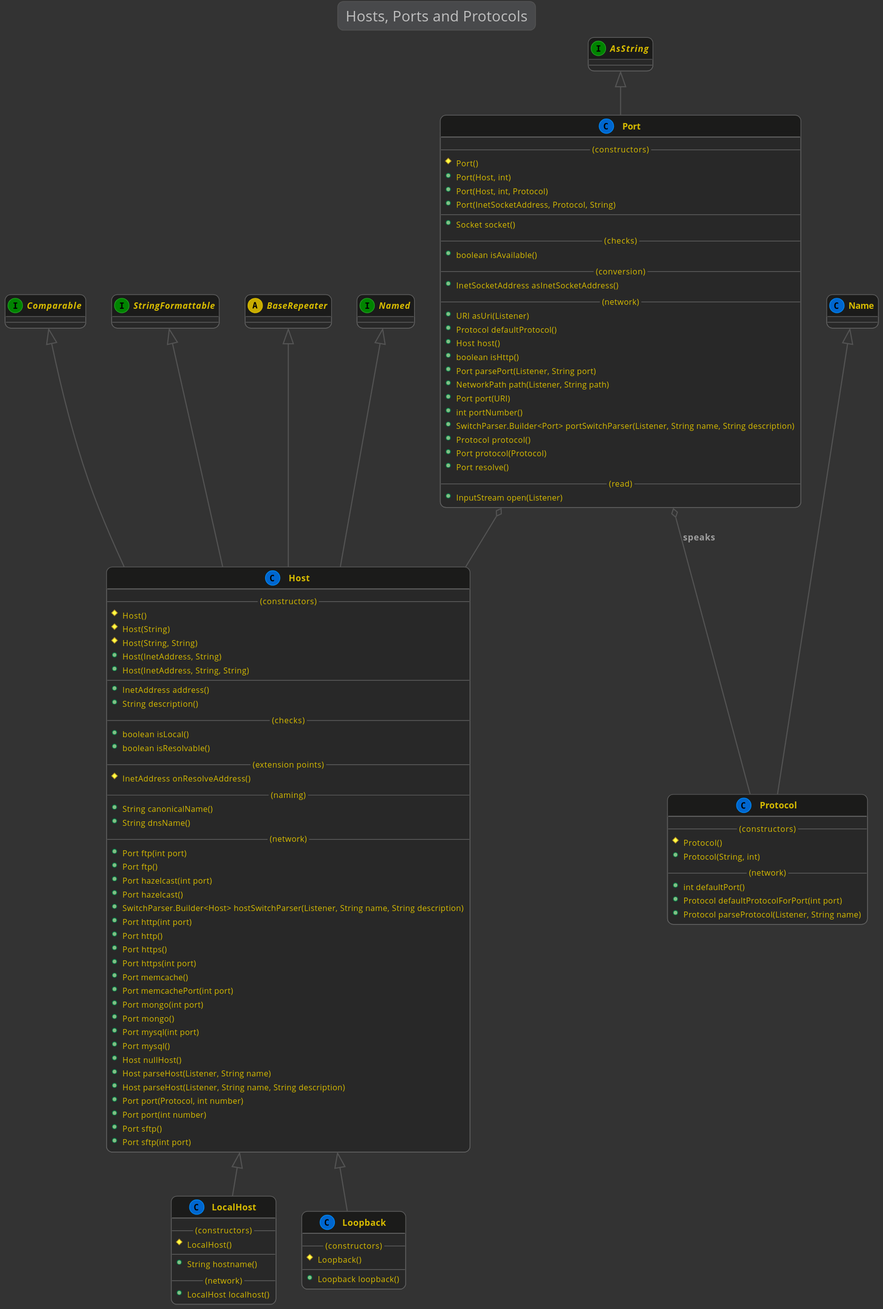
Earlier version of the PlantUML export docs/1.10.0/lexakai/kivakit-network/core/documentation/diagrams/diagram-port.svg (Telenav/kivakit-assets).
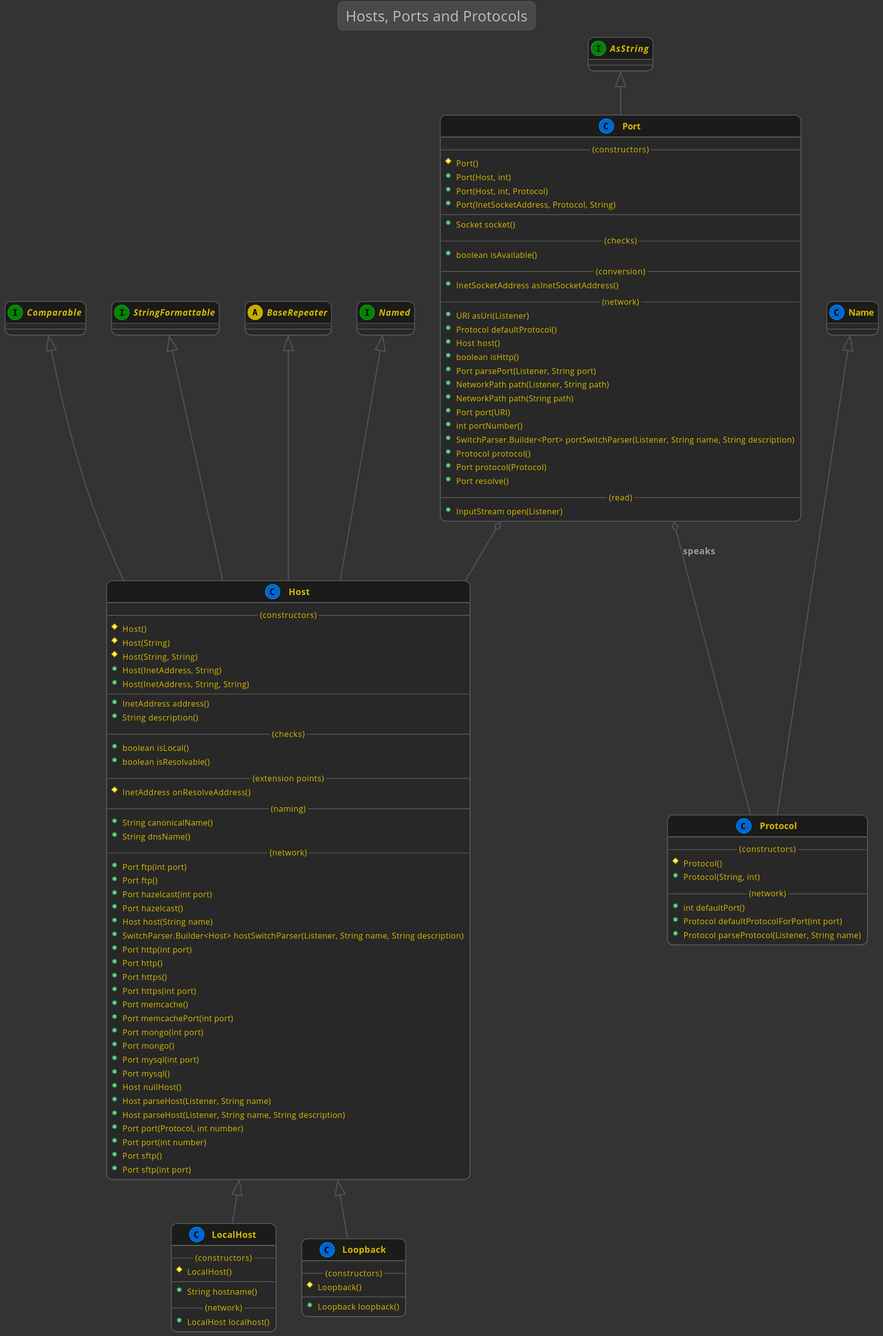
After the commit.

Diff of the diagram source:
```diff
@@ -39,6 +39,7 @@
         +Port ftp()
         +Port hazelcast(int port)
         +Port hazelcast()
+        +Host host(String name)
         +SwitchParser.Builder<Host> hostSwitchParser(Listener, String name, String description)
         +Port http(int port)
         +Port http()
@@ -102,6 +103,7 @@
         +boolean isHttp()
         +Port parsePort(Listener, String port)
         +NetworkPath path(Listener, String path)
+        +NetworkPath path(String path)
         +Port port(URI)
         +int portNumber()
         +SwitchParser.Builder<Port> portSwitchParser(Listener, String name, String description)
```
